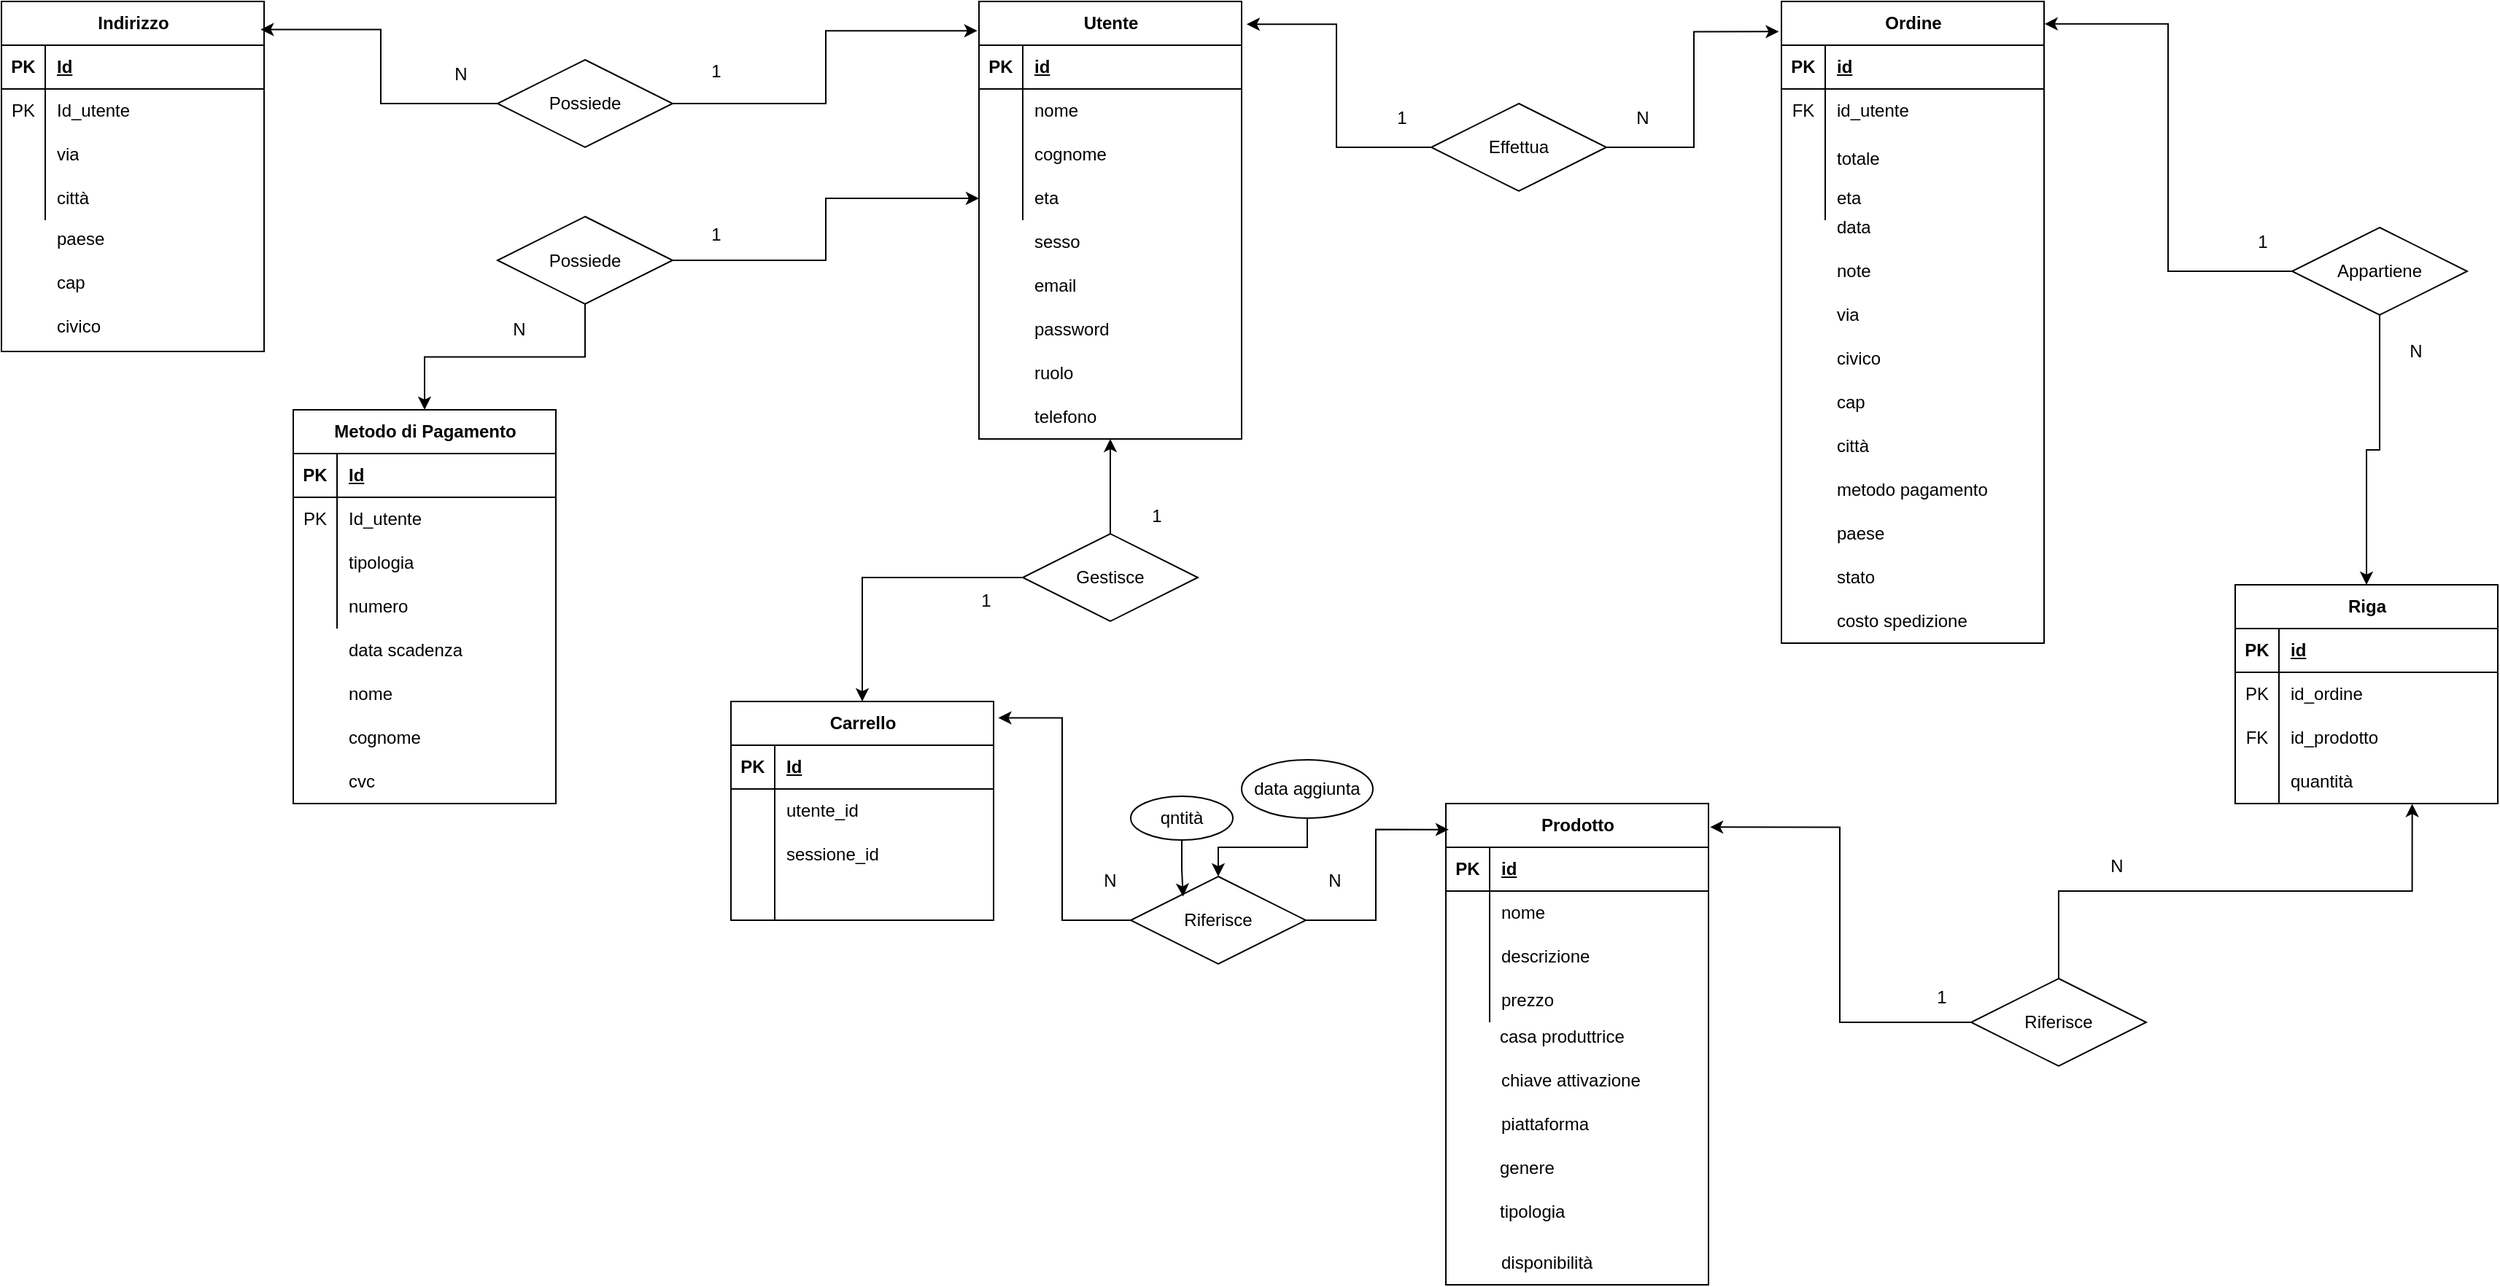
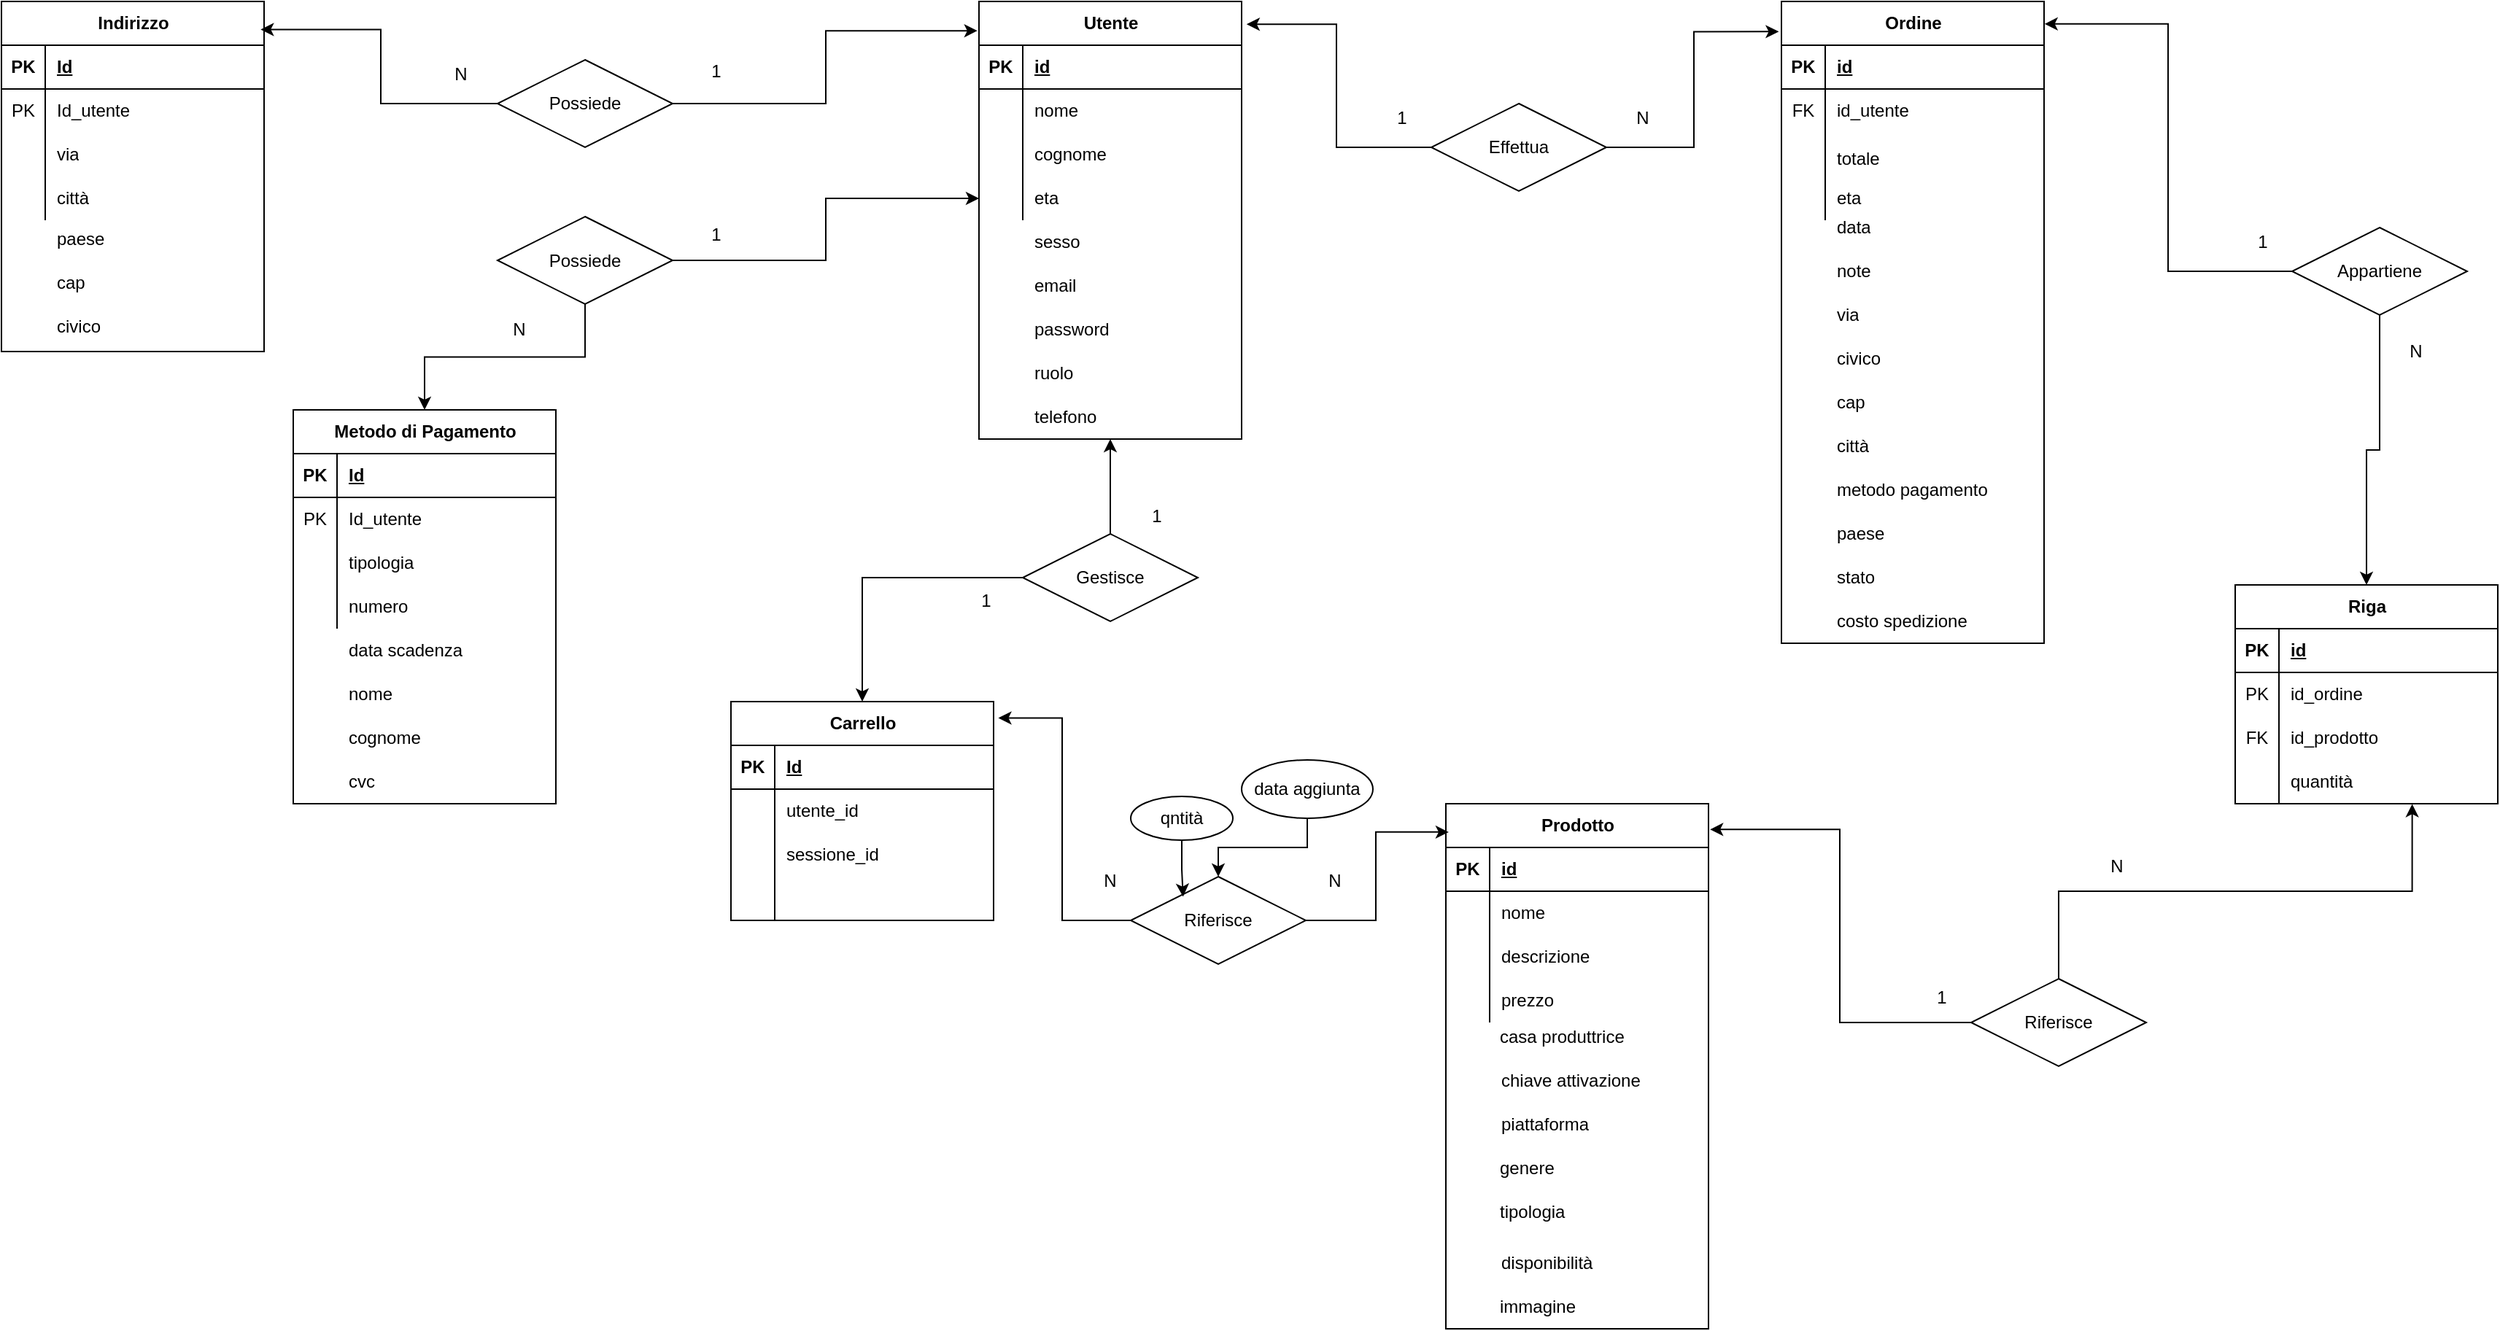
<mxfile host="app.diagrams.net" agent="Mozilla/5.0 (Windows NT 10.0; Win64; x64) AppleWebKit/537.36 (KHTML, like Gecko) Chrome/149.0.0.0 Safari/537.36 Edg/149.0.0.0">
  <diagram name="Pagina-1" id="mZ_eRShsqNwdkPJ2QcJ9">
-     <mxGraphModel dx="2685" dy="964" grid="1" gridSize="10" guides="1" tooltips="1" connect="1" arrows="1" fold="1" page="1" pageScale="1" pageWidth="827" pageHeight="1169" math="0" shadow="0">
+     <mxGraphModel dx="1613" dy="408" grid="1" gridSize="10" guides="1" tooltips="1" connect="1" arrows="1" fold="1" page="1" pageScale="1" pageWidth="827" pageHeight="1169" math="0" shadow="0">
      <root>
        <mxCell id="0" />
        <mxCell id="1" parent="0" />
        <mxCell id="gFA1h7tb4iiF4ZPPJv5n-1" parent="1" style="shape=table;startSize=30;container=1;collapsible=1;childLayout=tableLayout;fixedRows=1;rowLines=0;fontStyle=1;align=center;resizeLast=1;html=1;" value="Utente" vertex="1">
          <mxGeometry height="300" width="180" x="290" y="10" as="geometry" />
        </mxCell>
        <mxCell id="gFA1h7tb4iiF4ZPPJv5n-2" parent="gFA1h7tb4iiF4ZPPJv5n-1" style="shape=tableRow;horizontal=0;startSize=0;swimlaneHead=0;swimlaneBody=0;fillColor=none;collapsible=0;dropTarget=0;points=[[0,0.5],[1,0.5]];portConstraint=eastwest;top=0;left=0;right=0;bottom=1;" value="" vertex="1">
          <mxGeometry height="30" width="180" y="30" as="geometry" />
        </mxCell>
        <mxCell id="gFA1h7tb4iiF4ZPPJv5n-3" parent="gFA1h7tb4iiF4ZPPJv5n-2" style="shape=partialRectangle;connectable=0;fillColor=none;top=0;left=0;bottom=0;right=0;fontStyle=1;overflow=hidden;whiteSpace=wrap;html=1;" value="PK" vertex="1">
          <mxGeometry height="30" width="30" as="geometry">
            <mxRectangle height="30" width="30" as="alternateBounds" />
          </mxGeometry>
        </mxCell>
        <mxCell id="gFA1h7tb4iiF4ZPPJv5n-4" parent="gFA1h7tb4iiF4ZPPJv5n-2" style="shape=partialRectangle;connectable=0;fillColor=none;top=0;left=0;bottom=0;right=0;align=left;spacingLeft=6;fontStyle=5;overflow=hidden;whiteSpace=wrap;html=1;" value="id" vertex="1">
          <mxGeometry height="30" width="150" x="30" as="geometry">
            <mxRectangle height="30" width="150" as="alternateBounds" />
          </mxGeometry>
        </mxCell>
        <mxCell id="gFA1h7tb4iiF4ZPPJv5n-5" parent="gFA1h7tb4iiF4ZPPJv5n-1" style="shape=tableRow;horizontal=0;startSize=0;swimlaneHead=0;swimlaneBody=0;fillColor=none;collapsible=0;dropTarget=0;points=[[0,0.5],[1,0.5]];portConstraint=eastwest;top=0;left=0;right=0;bottom=0;" value="" vertex="1">
          <mxGeometry height="30" width="180" y="60" as="geometry" />
        </mxCell>
        <mxCell id="gFA1h7tb4iiF4ZPPJv5n-6" parent="gFA1h7tb4iiF4ZPPJv5n-5" style="shape=partialRectangle;connectable=0;fillColor=none;top=0;left=0;bottom=0;right=0;editable=1;overflow=hidden;whiteSpace=wrap;html=1;" value="" vertex="1">
          <mxGeometry height="30" width="30" as="geometry">
            <mxRectangle height="30" width="30" as="alternateBounds" />
          </mxGeometry>
        </mxCell>
        <mxCell id="gFA1h7tb4iiF4ZPPJv5n-7" parent="gFA1h7tb4iiF4ZPPJv5n-5" style="shape=partialRectangle;connectable=0;fillColor=none;top=0;left=0;bottom=0;right=0;align=left;spacingLeft=6;overflow=hidden;whiteSpace=wrap;html=1;" value="nome" vertex="1">
          <mxGeometry height="30" width="150" x="30" as="geometry">
            <mxRectangle height="30" width="150" as="alternateBounds" />
          </mxGeometry>
        </mxCell>
        <mxCell id="gFA1h7tb4iiF4ZPPJv5n-8" parent="gFA1h7tb4iiF4ZPPJv5n-1" style="shape=tableRow;horizontal=0;startSize=0;swimlaneHead=0;swimlaneBody=0;fillColor=none;collapsible=0;dropTarget=0;points=[[0,0.5],[1,0.5]];portConstraint=eastwest;top=0;left=0;right=0;bottom=0;" value="" vertex="1">
          <mxGeometry height="30" width="180" y="90" as="geometry" />
        </mxCell>
        <mxCell id="gFA1h7tb4iiF4ZPPJv5n-9" parent="gFA1h7tb4iiF4ZPPJv5n-8" style="shape=partialRectangle;connectable=0;fillColor=none;top=0;left=0;bottom=0;right=0;editable=1;overflow=hidden;whiteSpace=wrap;html=1;" value="" vertex="1">
          <mxGeometry height="30" width="30" as="geometry">
            <mxRectangle height="30" width="30" as="alternateBounds" />
          </mxGeometry>
        </mxCell>
        <mxCell id="gFA1h7tb4iiF4ZPPJv5n-10" parent="gFA1h7tb4iiF4ZPPJv5n-8" style="shape=partialRectangle;connectable=0;fillColor=none;top=0;left=0;bottom=0;right=0;align=left;spacingLeft=6;overflow=hidden;whiteSpace=wrap;html=1;" value="cognome" vertex="1">
          <mxGeometry height="30" width="150" x="30" as="geometry">
            <mxRectangle height="30" width="150" as="alternateBounds" />
          </mxGeometry>
        </mxCell>
        <mxCell id="gFA1h7tb4iiF4ZPPJv5n-11" parent="gFA1h7tb4iiF4ZPPJv5n-1" style="shape=tableRow;horizontal=0;startSize=0;swimlaneHead=0;swimlaneBody=0;fillColor=none;collapsible=0;dropTarget=0;points=[[0,0.5],[1,0.5]];portConstraint=eastwest;top=0;left=0;right=0;bottom=0;" value="" vertex="1">
          <mxGeometry height="30" width="180" y="120" as="geometry" />
        </mxCell>
        <mxCell id="gFA1h7tb4iiF4ZPPJv5n-12" parent="gFA1h7tb4iiF4ZPPJv5n-11" style="shape=partialRectangle;connectable=0;fillColor=none;top=0;left=0;bottom=0;right=0;editable=1;overflow=hidden;whiteSpace=wrap;html=1;" value="" vertex="1">
          <mxGeometry height="30" width="30" as="geometry">
            <mxRectangle height="30" width="30" as="alternateBounds" />
          </mxGeometry>
        </mxCell>
        <mxCell id="gFA1h7tb4iiF4ZPPJv5n-13" parent="gFA1h7tb4iiF4ZPPJv5n-11" style="shape=partialRectangle;connectable=0;fillColor=none;top=0;left=0;bottom=0;right=0;align=left;spacingLeft=6;overflow=hidden;whiteSpace=wrap;html=1;" value="eta" vertex="1">
          <mxGeometry height="30" width="150" x="30" as="geometry">
            <mxRectangle height="30" width="150" as="alternateBounds" />
          </mxGeometry>
        </mxCell>
        <mxCell id="gFA1h7tb4iiF4ZPPJv5n-14" parent="1" style="shape=partialRectangle;connectable=0;fillColor=none;top=0;left=0;bottom=0;right=0;align=left;spacingLeft=6;overflow=hidden;whiteSpace=wrap;html=1;" value="sesso" vertex="1">
          <mxGeometry height="30" width="150" x="320" y="160" as="geometry">
            <mxRectangle height="30" width="150" as="alternateBounds" />
          </mxGeometry>
        </mxCell>
        <mxCell id="gFA1h7tb4iiF4ZPPJv5n-15" parent="1" style="shape=partialRectangle;connectable=0;fillColor=none;top=0;left=0;bottom=0;right=0;align=left;spacingLeft=6;overflow=hidden;whiteSpace=wrap;html=1;" value="email" vertex="1">
          <mxGeometry height="30" width="150" x="320" y="190" as="geometry">
            <mxRectangle height="30" width="150" as="alternateBounds" />
          </mxGeometry>
        </mxCell>
        <mxCell id="gFA1h7tb4iiF4ZPPJv5n-16" parent="1" style="shape=partialRectangle;connectable=0;fillColor=none;top=0;left=0;bottom=0;right=0;align=left;spacingLeft=6;overflow=hidden;whiteSpace=wrap;html=1;" value="password" vertex="1">
          <mxGeometry height="30" width="150" x="320" y="220" as="geometry">
            <mxRectangle height="30" width="150" as="alternateBounds" />
          </mxGeometry>
        </mxCell>
        <mxCell id="gFA1h7tb4iiF4ZPPJv5n-18" parent="1" style="shape=partialRectangle;connectable=0;fillColor=none;top=0;left=0;bottom=0;right=0;align=left;spacingLeft=6;overflow=hidden;whiteSpace=wrap;html=1;" value="ruolo" vertex="1">
          <mxGeometry height="30" width="150" x="320" y="250" as="geometry">
            <mxRectangle height="30" width="150" as="alternateBounds" />
          </mxGeometry>
        </mxCell>
        <mxCell id="gFA1h7tb4iiF4ZPPJv5n-19" parent="1" style="shape=table;startSize=30;container=1;collapsible=1;childLayout=tableLayout;fixedRows=1;rowLines=0;fontStyle=1;align=center;resizeLast=1;html=1;" value="Prodotto" vertex="1">
-           <mxGeometry height="330" width="180" x="610" y="560" as="geometry" />
+           <mxGeometry height="360" width="180" x="610" y="560" as="geometry" />
        </mxCell>
        <mxCell id="gFA1h7tb4iiF4ZPPJv5n-20" parent="gFA1h7tb4iiF4ZPPJv5n-19" style="shape=tableRow;horizontal=0;startSize=0;swimlaneHead=0;swimlaneBody=0;fillColor=none;collapsible=0;dropTarget=0;points=[[0,0.5],[1,0.5]];portConstraint=eastwest;top=0;left=0;right=0;bottom=1;" value="" vertex="1">
          <mxGeometry height="30" width="180" y="30" as="geometry" />
        </mxCell>
        <mxCell id="gFA1h7tb4iiF4ZPPJv5n-21" parent="gFA1h7tb4iiF4ZPPJv5n-20" style="shape=partialRectangle;connectable=0;fillColor=none;top=0;left=0;bottom=0;right=0;fontStyle=1;overflow=hidden;whiteSpace=wrap;html=1;" value="PK" vertex="1">
          <mxGeometry height="30" width="30" as="geometry">
            <mxRectangle height="30" width="30" as="alternateBounds" />
          </mxGeometry>
        </mxCell>
        <mxCell id="gFA1h7tb4iiF4ZPPJv5n-22" parent="gFA1h7tb4iiF4ZPPJv5n-20" style="shape=partialRectangle;connectable=0;fillColor=none;top=0;left=0;bottom=0;right=0;align=left;spacingLeft=6;fontStyle=5;overflow=hidden;whiteSpace=wrap;html=1;" value="id" vertex="1">
          <mxGeometry height="30" width="150" x="30" as="geometry">
            <mxRectangle height="30" width="150" as="alternateBounds" />
          </mxGeometry>
        </mxCell>
        <mxCell id="gFA1h7tb4iiF4ZPPJv5n-23" parent="gFA1h7tb4iiF4ZPPJv5n-19" style="shape=tableRow;horizontal=0;startSize=0;swimlaneHead=0;swimlaneBody=0;fillColor=none;collapsible=0;dropTarget=0;points=[[0,0.5],[1,0.5]];portConstraint=eastwest;top=0;left=0;right=0;bottom=0;" value="" vertex="1">
          <mxGeometry height="30" width="180" y="60" as="geometry" />
        </mxCell>
        <mxCell id="gFA1h7tb4iiF4ZPPJv5n-24" parent="gFA1h7tb4iiF4ZPPJv5n-23" style="shape=partialRectangle;connectable=0;fillColor=none;top=0;left=0;bottom=0;right=0;editable=1;overflow=hidden;whiteSpace=wrap;html=1;" value="" vertex="1">
          <mxGeometry height="30" width="30" as="geometry">
            <mxRectangle height="30" width="30" as="alternateBounds" />
          </mxGeometry>
        </mxCell>
        <mxCell id="gFA1h7tb4iiF4ZPPJv5n-25" parent="gFA1h7tb4iiF4ZPPJv5n-23" style="shape=partialRectangle;connectable=0;fillColor=none;top=0;left=0;bottom=0;right=0;align=left;spacingLeft=6;overflow=hidden;whiteSpace=wrap;html=1;" value="nome" vertex="1">
          <mxGeometry height="30" width="150" x="30" as="geometry">
            <mxRectangle height="30" width="150" as="alternateBounds" />
          </mxGeometry>
        </mxCell>
        <mxCell id="gFA1h7tb4iiF4ZPPJv5n-26" parent="gFA1h7tb4iiF4ZPPJv5n-19" style="shape=tableRow;horizontal=0;startSize=0;swimlaneHead=0;swimlaneBody=0;fillColor=none;collapsible=0;dropTarget=0;points=[[0,0.5],[1,0.5]];portConstraint=eastwest;top=0;left=0;right=0;bottom=0;" value="" vertex="1">
          <mxGeometry height="30" width="180" y="90" as="geometry" />
        </mxCell>
        <mxCell id="gFA1h7tb4iiF4ZPPJv5n-27" parent="gFA1h7tb4iiF4ZPPJv5n-26" style="shape=partialRectangle;connectable=0;fillColor=none;top=0;left=0;bottom=0;right=0;editable=1;overflow=hidden;whiteSpace=wrap;html=1;" value="" vertex="1">
          <mxGeometry height="30" width="30" as="geometry">
            <mxRectangle height="30" width="30" as="alternateBounds" />
          </mxGeometry>
        </mxCell>
        <mxCell id="gFA1h7tb4iiF4ZPPJv5n-28" parent="gFA1h7tb4iiF4ZPPJv5n-26" style="shape=partialRectangle;connectable=0;fillColor=none;top=0;left=0;bottom=0;right=0;align=left;spacingLeft=6;overflow=hidden;whiteSpace=wrap;html=1;" value="descrizione" vertex="1">
          <mxGeometry height="30" width="150" x="30" as="geometry">
            <mxRectangle height="30" width="150" as="alternateBounds" />
          </mxGeometry>
        </mxCell>
        <mxCell id="gFA1h7tb4iiF4ZPPJv5n-29" parent="gFA1h7tb4iiF4ZPPJv5n-19" style="shape=tableRow;horizontal=0;startSize=0;swimlaneHead=0;swimlaneBody=0;fillColor=none;collapsible=0;dropTarget=0;points=[[0,0.5],[1,0.5]];portConstraint=eastwest;top=0;left=0;right=0;bottom=0;" value="" vertex="1">
          <mxGeometry height="30" width="180" y="120" as="geometry" />
        </mxCell>
        <mxCell id="gFA1h7tb4iiF4ZPPJv5n-30" parent="gFA1h7tb4iiF4ZPPJv5n-29" style="shape=partialRectangle;connectable=0;fillColor=none;top=0;left=0;bottom=0;right=0;editable=1;overflow=hidden;whiteSpace=wrap;html=1;" value="" vertex="1">
          <mxGeometry height="30" width="30" as="geometry">
            <mxRectangle height="30" width="30" as="alternateBounds" />
          </mxGeometry>
        </mxCell>
        <mxCell id="gFA1h7tb4iiF4ZPPJv5n-31" parent="gFA1h7tb4iiF4ZPPJv5n-29" style="shape=partialRectangle;connectable=0;fillColor=none;top=0;left=0;bottom=0;right=0;align=left;spacingLeft=6;overflow=hidden;whiteSpace=wrap;html=1;" value="prezzo" vertex="1">
          <mxGeometry height="30" width="150" x="30" as="geometry">
            <mxRectangle height="30" width="150" as="alternateBounds" />
          </mxGeometry>
        </mxCell>
        <mxCell id="gFA1h7tb4iiF4ZPPJv5n-32" parent="1" style="shape=partialRectangle;connectable=0;fillColor=none;top=0;left=0;bottom=0;right=0;align=left;spacingLeft=6;overflow=hidden;whiteSpace=wrap;html=1;" value="casa produttrice" vertex="1">
          <mxGeometry height="30" width="150" x="639" y="705" as="geometry">
            <mxRectangle height="30" width="150" as="alternateBounds" />
          </mxGeometry>
        </mxCell>
        <mxCell id="gFA1h7tb4iiF4ZPPJv5n-34" parent="1" style="shape=partialRectangle;connectable=0;fillColor=none;top=0;left=0;bottom=0;right=0;align=left;spacingLeft=6;overflow=hidden;whiteSpace=wrap;html=1;" value="chiave attivazione" vertex="1">
          <mxGeometry height="30" width="150" x="640" y="735" as="geometry">
            <mxRectangle height="30" width="150" as="alternateBounds" />
          </mxGeometry>
        </mxCell>
        <mxCell id="gFA1h7tb4iiF4ZPPJv5n-35" parent="1" style="shape=partialRectangle;connectable=0;fillColor=none;top=0;left=0;bottom=0;right=0;align=left;spacingLeft=6;overflow=hidden;whiteSpace=wrap;html=1;" value="piattaforma" vertex="1">
          <mxGeometry height="30" width="150" x="640" y="765" as="geometry">
            <mxRectangle height="30" width="150" as="alternateBounds" />
          </mxGeometry>
        </mxCell>
        <mxCell id="gFA1h7tb4iiF4ZPPJv5n-36" parent="1" style="shape=partialRectangle;connectable=0;fillColor=none;top=0;left=0;bottom=0;right=0;align=left;spacingLeft=6;overflow=hidden;whiteSpace=wrap;html=1;" value="genere" vertex="1">
          <mxGeometry height="30" width="150" x="639" y="795" as="geometry">
            <mxRectangle height="30" width="150" as="alternateBounds" />
          </mxGeometry>
        </mxCell>
        <mxCell id="gFA1h7tb4iiF4ZPPJv5n-37" parent="1" style="shape=partialRectangle;connectable=0;fillColor=none;top=0;left=0;bottom=0;right=0;align=left;spacingLeft=6;overflow=hidden;whiteSpace=wrap;html=1;" value="tipologia" vertex="1">
          <mxGeometry height="30" width="150" x="639" y="825" as="geometry">
            <mxRectangle height="30" width="150" as="alternateBounds" />
          </mxGeometry>
        </mxCell>
        <mxCell id="gFA1h7tb4iiF4ZPPJv5n-38" parent="1" style="shape=table;startSize=30;container=1;collapsible=1;childLayout=tableLayout;fixedRows=1;rowLines=0;fontStyle=1;align=center;resizeLast=1;html=1;" value="Ordine" vertex="1">
          <mxGeometry height="440" width="180" x="840" y="10" as="geometry" />
        </mxCell>
        <mxCell id="gFA1h7tb4iiF4ZPPJv5n-39" parent="gFA1h7tb4iiF4ZPPJv5n-38" style="shape=tableRow;horizontal=0;startSize=0;swimlaneHead=0;swimlaneBody=0;fillColor=none;collapsible=0;dropTarget=0;points=[[0,0.5],[1,0.5]];portConstraint=eastwest;top=0;left=0;right=0;bottom=1;" value="" vertex="1">
          <mxGeometry height="30" width="180" y="30" as="geometry" />
        </mxCell>
        <mxCell id="gFA1h7tb4iiF4ZPPJv5n-40" parent="gFA1h7tb4iiF4ZPPJv5n-39" style="shape=partialRectangle;connectable=0;fillColor=none;top=0;left=0;bottom=0;right=0;fontStyle=1;overflow=hidden;whiteSpace=wrap;html=1;" value="PK" vertex="1">
          <mxGeometry height="30" width="30" as="geometry">
            <mxRectangle height="30" width="30" as="alternateBounds" />
          </mxGeometry>
        </mxCell>
        <mxCell id="gFA1h7tb4iiF4ZPPJv5n-41" parent="gFA1h7tb4iiF4ZPPJv5n-39" style="shape=partialRectangle;connectable=0;fillColor=none;top=0;left=0;bottom=0;right=0;align=left;spacingLeft=6;fontStyle=5;overflow=hidden;whiteSpace=wrap;html=1;" value="id" vertex="1">
          <mxGeometry height="30" width="150" x="30" as="geometry">
            <mxRectangle height="30" width="150" as="alternateBounds" />
          </mxGeometry>
        </mxCell>
        <mxCell id="gFA1h7tb4iiF4ZPPJv5n-42" parent="gFA1h7tb4iiF4ZPPJv5n-38" style="shape=tableRow;horizontal=0;startSize=0;swimlaneHead=0;swimlaneBody=0;fillColor=none;collapsible=0;dropTarget=0;points=[[0,0.5],[1,0.5]];portConstraint=eastwest;top=0;left=0;right=0;bottom=0;" value="" vertex="1">
          <mxGeometry height="30" width="180" y="60" as="geometry" />
        </mxCell>
        <mxCell id="gFA1h7tb4iiF4ZPPJv5n-43" parent="gFA1h7tb4iiF4ZPPJv5n-42" style="shape=partialRectangle;connectable=0;fillColor=none;top=0;left=0;bottom=0;right=0;editable=1;overflow=hidden;whiteSpace=wrap;html=1;" value="FK" vertex="1">
          <mxGeometry height="30" width="30" as="geometry">
            <mxRectangle height="30" width="30" as="alternateBounds" />
          </mxGeometry>
        </mxCell>
        <mxCell id="gFA1h7tb4iiF4ZPPJv5n-44" parent="gFA1h7tb4iiF4ZPPJv5n-42" style="shape=partialRectangle;connectable=0;fillColor=none;top=0;left=0;bottom=0;right=0;align=left;spacingLeft=6;overflow=hidden;whiteSpace=wrap;html=1;" value="id_utente" vertex="1">
          <mxGeometry height="30" width="150" x="30" as="geometry">
            <mxRectangle height="30" width="150" as="alternateBounds" />
          </mxGeometry>
        </mxCell>
        <mxCell id="gFA1h7tb4iiF4ZPPJv5n-45" parent="gFA1h7tb4iiF4ZPPJv5n-38" style="shape=tableRow;horizontal=0;startSize=0;swimlaneHead=0;swimlaneBody=0;fillColor=none;collapsible=0;dropTarget=0;points=[[0,0.5],[1,0.5]];portConstraint=eastwest;top=0;left=0;right=0;bottom=0;" value="" vertex="1">
          <mxGeometry height="30" width="180" y="90" as="geometry" />
        </mxCell>
        <mxCell id="gFA1h7tb4iiF4ZPPJv5n-46" parent="gFA1h7tb4iiF4ZPPJv5n-45" style="shape=partialRectangle;connectable=0;fillColor=none;top=0;left=0;bottom=0;right=0;editable=1;overflow=hidden;whiteSpace=wrap;html=1;" value="" vertex="1">
          <mxGeometry height="30" width="30" as="geometry">
            <mxRectangle height="30" width="30" as="alternateBounds" />
          </mxGeometry>
        </mxCell>
        <mxCell id="gFA1h7tb4iiF4ZPPJv5n-47" parent="gFA1h7tb4iiF4ZPPJv5n-45" style="shape=partialRectangle;connectable=0;fillColor=none;top=0;left=0;bottom=0;right=0;align=left;spacingLeft=6;overflow=hidden;whiteSpace=wrap;html=1;" value="" vertex="1">
          <mxGeometry height="30" width="150" x="30" as="geometry">
            <mxRectangle height="30" width="150" as="alternateBounds" />
          </mxGeometry>
        </mxCell>
        <mxCell id="gFA1h7tb4iiF4ZPPJv5n-48" parent="gFA1h7tb4iiF4ZPPJv5n-38" style="shape=tableRow;horizontal=0;startSize=0;swimlaneHead=0;swimlaneBody=0;fillColor=none;collapsible=0;dropTarget=0;points=[[0,0.5],[1,0.5]];portConstraint=eastwest;top=0;left=0;right=0;bottom=0;" value="" vertex="1">
          <mxGeometry height="30" width="180" y="120" as="geometry" />
        </mxCell>
        <mxCell id="gFA1h7tb4iiF4ZPPJv5n-49" parent="gFA1h7tb4iiF4ZPPJv5n-48" style="shape=partialRectangle;connectable=0;fillColor=none;top=0;left=0;bottom=0;right=0;editable=1;overflow=hidden;whiteSpace=wrap;html=1;" value="" vertex="1">
          <mxGeometry height="30" width="30" as="geometry">
            <mxRectangle height="30" width="30" as="alternateBounds" />
          </mxGeometry>
        </mxCell>
        <mxCell id="gFA1h7tb4iiF4ZPPJv5n-50" parent="gFA1h7tb4iiF4ZPPJv5n-48" style="shape=partialRectangle;connectable=0;fillColor=none;top=0;left=0;bottom=0;right=0;align=left;spacingLeft=6;overflow=hidden;whiteSpace=wrap;html=1;" value="eta" vertex="1">
          <mxGeometry height="30" width="150" x="30" as="geometry">
            <mxRectangle height="30" width="150" as="alternateBounds" />
          </mxGeometry>
        </mxCell>
        <mxCell id="gFA1h7tb4iiF4ZPPJv5n-51" parent="1" style="shape=partialRectangle;connectable=0;fillColor=none;top=0;left=0;bottom=0;right=0;align=left;spacingLeft=6;overflow=hidden;whiteSpace=wrap;html=1;" value="disponibilità" vertex="1">
          <mxGeometry height="30" width="150" x="640" y="860" as="geometry">
            <mxRectangle height="30" width="150" as="alternateBounds" />
          </mxGeometry>
        </mxCell>
        <mxCell id="gFA1h7tb4iiF4ZPPJv5n-52" parent="1" style="shape=rhombus;perimeter=rhombusPerimeter;whiteSpace=wrap;html=1;align=center;" value="Effettua" vertex="1">
          <mxGeometry height="60" width="120" x="600" y="80" as="geometry" />
        </mxCell>
        <mxCell id="gFA1h7tb4iiF4ZPPJv5n-54" edge="1" parent="1" source="gFA1h7tb4iiF4ZPPJv5n-52" style="edgeStyle=orthogonalEdgeStyle;rounded=0;orthogonalLoop=1;jettySize=auto;html=1;entryX=1.019;entryY=0.052;entryDx=0;entryDy=0;entryPerimeter=0;" target="gFA1h7tb4iiF4ZPPJv5n-1">
          <mxGeometry relative="1" as="geometry" />
        </mxCell>
        <mxCell id="gFA1h7tb4iiF4ZPPJv5n-56" parent="1" style="text;html=1;whiteSpace=wrap;strokeColor=none;fillColor=none;align=center;verticalAlign=middle;rounded=0;" value="N" vertex="1">
          <mxGeometry height="20" width="30" x="730" y="80" as="geometry" />
        </mxCell>
        <mxCell id="gFA1h7tb4iiF4ZPPJv5n-57" parent="1" style="text;html=1;whiteSpace=wrap;strokeColor=none;fillColor=none;align=center;verticalAlign=middle;rounded=0;" value="1" vertex="1">
          <mxGeometry height="25" width="40" x="560" y="77.5" as="geometry" />
        </mxCell>
        <mxCell id="gFA1h7tb4iiF4ZPPJv5n-58" parent="1" style="shape=tableRow;horizontal=0;startSize=0;swimlaneHead=0;swimlaneBody=0;fillColor=none;collapsible=0;dropTarget=0;points=[[0,0.5],[1,0.5]];portConstraint=eastwest;top=0;left=0;right=0;bottom=0;" value="" vertex="1">
          <mxGeometry height="30" width="180" x="840" y="160" as="geometry" />
        </mxCell>
        <mxCell id="gFA1h7tb4iiF4ZPPJv5n-59" parent="gFA1h7tb4iiF4ZPPJv5n-58" style="shape=partialRectangle;connectable=0;fillColor=none;top=0;left=0;bottom=0;right=0;editable=1;overflow=hidden;whiteSpace=wrap;html=1;" value="" vertex="1">
          <mxGeometry height="30" width="30" as="geometry">
            <mxRectangle height="30" width="30" as="alternateBounds" />
          </mxGeometry>
        </mxCell>
        <mxCell id="gFA1h7tb4iiF4ZPPJv5n-60" parent="1" style="shape=partialRectangle;connectable=0;fillColor=none;top=0;left=0;bottom=0;right=0;align=left;spacingLeft=6;overflow=hidden;whiteSpace=wrap;html=1;" value="data" vertex="1">
          <mxGeometry height="30" width="150" x="870" y="150" as="geometry">
            <mxRectangle height="30" width="150" as="alternateBounds" />
          </mxGeometry>
        </mxCell>
        <mxCell id="gFA1h7tb4iiF4ZPPJv5n-62" parent="1" style="shape=partialRectangle;connectable=0;fillColor=none;top=0;left=0;bottom=0;right=0;align=left;spacingLeft=6;overflow=hidden;whiteSpace=wrap;html=1;" value="note" vertex="1">
          <mxGeometry height="30" width="150" x="870" y="180" as="geometry">
            <mxRectangle height="30" width="150" as="alternateBounds" />
          </mxGeometry>
        </mxCell>
        <mxCell id="gFA1h7tb4iiF4ZPPJv5n-63" parent="1" style="shape=partialRectangle;connectable=0;fillColor=none;top=0;left=0;bottom=0;right=0;align=left;spacingLeft=6;overflow=hidden;whiteSpace=wrap;html=1;" value="via" vertex="1">
          <mxGeometry height="30" width="150" x="870" y="210" as="geometry">
            <mxRectangle height="30" width="150" as="alternateBounds" />
          </mxGeometry>
        </mxCell>
        <mxCell id="gFA1h7tb4iiF4ZPPJv5n-64" parent="1" style="shape=partialRectangle;connectable=0;fillColor=none;top=0;left=0;bottom=0;right=0;align=left;spacingLeft=6;overflow=hidden;whiteSpace=wrap;html=1;" value="civico" vertex="1">
          <mxGeometry height="30" width="150" x="870" y="240" as="geometry">
            <mxRectangle height="30" width="150" as="alternateBounds" />
          </mxGeometry>
        </mxCell>
        <mxCell id="gFA1h7tb4iiF4ZPPJv5n-65" parent="1" style="shape=partialRectangle;connectable=0;fillColor=none;top=0;left=0;bottom=0;right=0;align=left;spacingLeft=6;overflow=hidden;whiteSpace=wrap;html=1;" value="cap" vertex="1">
          <mxGeometry height="30" width="150" x="870" y="270" as="geometry">
            <mxRectangle height="30" width="150" as="alternateBounds" />
          </mxGeometry>
        </mxCell>
        <mxCell id="gFA1h7tb4iiF4ZPPJv5n-66" parent="1" style="shape=partialRectangle;connectable=0;fillColor=none;top=0;left=0;bottom=0;right=0;align=left;spacingLeft=6;overflow=hidden;whiteSpace=wrap;html=1;" value="città" vertex="1">
          <mxGeometry height="30" width="150" x="870" y="300" as="geometry">
            <mxRectangle height="30" width="150" as="alternateBounds" />
          </mxGeometry>
        </mxCell>
        <mxCell id="gFA1h7tb4iiF4ZPPJv5n-68" parent="1" style="shape=partialRectangle;connectable=0;fillColor=none;top=0;left=0;bottom=0;right=0;align=left;spacingLeft=6;overflow=hidden;whiteSpace=wrap;html=1;" value="metodo pagamento" vertex="1">
          <mxGeometry height="30" width="150" x="870" y="330" as="geometry">
            <mxRectangle height="30" width="150" as="alternateBounds" />
          </mxGeometry>
        </mxCell>
        <mxCell id="gFA1h7tb4iiF4ZPPJv5n-69" parent="1" style="shape=partialRectangle;connectable=0;fillColor=none;top=0;left=0;bottom=0;right=0;align=left;spacingLeft=6;overflow=hidden;whiteSpace=wrap;html=1;" value="paese" vertex="1">
          <mxGeometry height="30" width="150" x="870" y="360" as="geometry">
            <mxRectangle height="30" width="150" as="alternateBounds" />
          </mxGeometry>
        </mxCell>
        <mxCell id="gFA1h7tb4iiF4ZPPJv5n-70" parent="1" style="shape=partialRectangle;connectable=0;fillColor=none;top=0;left=0;bottom=0;right=0;align=left;spacingLeft=6;overflow=hidden;whiteSpace=wrap;html=1;" value="stato" vertex="1">
          <mxGeometry height="30" width="150" x="870" y="390" as="geometry">
            <mxRectangle height="30" width="150" as="alternateBounds" />
          </mxGeometry>
        </mxCell>
        <mxCell id="gFA1h7tb4iiF4ZPPJv5n-71" parent="1" style="shape=partialRectangle;connectable=0;fillColor=none;top=0;left=0;bottom=0;right=0;align=left;spacingLeft=6;overflow=hidden;whiteSpace=wrap;html=1;" value="costo spedizione" vertex="1">
          <mxGeometry height="30" width="150" x="870" y="420" as="geometry">
            <mxRectangle height="30" width="150" as="alternateBounds" />
          </mxGeometry>
        </mxCell>
        <mxCell id="gFA1h7tb4iiF4ZPPJv5n-72" parent="1" style="shape=partialRectangle;connectable=0;fillColor=none;top=0;left=0;bottom=0;right=0;align=left;spacingLeft=6;overflow=hidden;whiteSpace=wrap;html=1;" value="totale" vertex="1">
          <mxGeometry height="30" width="150" x="870" y="102.5" as="geometry">
            <mxRectangle height="30" width="150" as="alternateBounds" />
          </mxGeometry>
        </mxCell>
        <mxCell id="m9uD4O2KYDxRF9EGqdqM-19" edge="1" parent="1" source="m9uD4O2KYDxRF9EGqdqM-1" style="edgeStyle=orthogonalEdgeStyle;rounded=0;orthogonalLoop=1;jettySize=auto;html=1;entryX=0.5;entryY=0;entryDx=0;entryDy=0;" target="m9uD4O2KYDxRF9EGqdqM-5">
          <mxGeometry relative="1" as="geometry" />
        </mxCell>
        <mxCell id="m9uD4O2KYDxRF9EGqdqM-1" parent="1" style="shape=rhombus;perimeter=rhombusPerimeter;whiteSpace=wrap;html=1;align=center;" value="Appartiene" vertex="1">
          <mxGeometry height="60" width="120" x="1190" y="165" as="geometry" />
        </mxCell>
        <mxCell id="m9uD4O2KYDxRF9EGqdqM-3" edge="1" parent="1" source="gFA1h7tb4iiF4ZPPJv5n-52" style="edgeStyle=orthogonalEdgeStyle;rounded=0;orthogonalLoop=1;jettySize=auto;html=1;entryX=-0.01;entryY=0.047;entryDx=0;entryDy=0;entryPerimeter=0;" target="gFA1h7tb4iiF4ZPPJv5n-38">
          <mxGeometry relative="1" as="geometry" />
        </mxCell>
        <mxCell id="m9uD4O2KYDxRF9EGqdqM-4" edge="1" parent="1" source="m9uD4O2KYDxRF9EGqdqM-1" style="edgeStyle=orthogonalEdgeStyle;rounded=0;orthogonalLoop=1;jettySize=auto;html=1;entryX=1.002;entryY=0.035;entryDx=0;entryDy=0;entryPerimeter=0;" target="gFA1h7tb4iiF4ZPPJv5n-38">
          <mxGeometry relative="1" as="geometry" />
        </mxCell>
        <mxCell id="m9uD4O2KYDxRF9EGqdqM-5" parent="1" style="shape=table;startSize=30;container=1;collapsible=1;childLayout=tableLayout;fixedRows=1;rowLines=0;fontStyle=1;align=center;resizeLast=1;html=1;" value="Riga" vertex="1">
          <mxGeometry height="150" width="180" x="1151" y="410" as="geometry" />
        </mxCell>
        <mxCell id="m9uD4O2KYDxRF9EGqdqM-6" parent="m9uD4O2KYDxRF9EGqdqM-5" style="shape=tableRow;horizontal=0;startSize=0;swimlaneHead=0;swimlaneBody=0;fillColor=none;collapsible=0;dropTarget=0;points=[[0,0.5],[1,0.5]];portConstraint=eastwest;top=0;left=0;right=0;bottom=1;" value="" vertex="1">
          <mxGeometry height="30" width="180" y="30" as="geometry" />
        </mxCell>
        <mxCell id="m9uD4O2KYDxRF9EGqdqM-7" parent="m9uD4O2KYDxRF9EGqdqM-6" style="shape=partialRectangle;connectable=0;fillColor=none;top=0;left=0;bottom=0;right=0;fontStyle=1;overflow=hidden;whiteSpace=wrap;html=1;" value="PK" vertex="1">
          <mxGeometry height="30" width="30" as="geometry">
            <mxRectangle height="30" width="30" as="alternateBounds" />
          </mxGeometry>
        </mxCell>
        <mxCell id="m9uD4O2KYDxRF9EGqdqM-8" parent="m9uD4O2KYDxRF9EGqdqM-6" style="shape=partialRectangle;connectable=0;fillColor=none;top=0;left=0;bottom=0;right=0;align=left;spacingLeft=6;fontStyle=5;overflow=hidden;whiteSpace=wrap;html=1;" value="id" vertex="1">
          <mxGeometry height="30" width="150" x="30" as="geometry">
            <mxRectangle height="30" width="150" as="alternateBounds" />
          </mxGeometry>
        </mxCell>
        <mxCell id="m9uD4O2KYDxRF9EGqdqM-9" parent="m9uD4O2KYDxRF9EGqdqM-5" style="shape=tableRow;horizontal=0;startSize=0;swimlaneHead=0;swimlaneBody=0;fillColor=none;collapsible=0;dropTarget=0;points=[[0,0.5],[1,0.5]];portConstraint=eastwest;top=0;left=0;right=0;bottom=0;" value="" vertex="1">
          <mxGeometry height="30" width="180" y="60" as="geometry" />
        </mxCell>
        <mxCell id="m9uD4O2KYDxRF9EGqdqM-10" parent="m9uD4O2KYDxRF9EGqdqM-9" style="shape=partialRectangle;connectable=0;fillColor=none;top=0;left=0;bottom=0;right=0;editable=1;overflow=hidden;whiteSpace=wrap;html=1;" value="PK" vertex="1">
          <mxGeometry height="30" width="30" as="geometry">
            <mxRectangle height="30" width="30" as="alternateBounds" />
          </mxGeometry>
        </mxCell>
        <mxCell id="m9uD4O2KYDxRF9EGqdqM-11" parent="m9uD4O2KYDxRF9EGqdqM-9" style="shape=partialRectangle;connectable=0;fillColor=none;top=0;left=0;bottom=0;right=0;align=left;spacingLeft=6;overflow=hidden;whiteSpace=wrap;html=1;" value="id_ordine" vertex="1">
          <mxGeometry height="30" width="150" x="30" as="geometry">
            <mxRectangle height="30" width="150" as="alternateBounds" />
          </mxGeometry>
        </mxCell>
        <mxCell id="m9uD4O2KYDxRF9EGqdqM-12" parent="m9uD4O2KYDxRF9EGqdqM-5" style="shape=tableRow;horizontal=0;startSize=0;swimlaneHead=0;swimlaneBody=0;fillColor=none;collapsible=0;dropTarget=0;points=[[0,0.5],[1,0.5]];portConstraint=eastwest;top=0;left=0;right=0;bottom=0;" value="" vertex="1">
          <mxGeometry height="30" width="180" y="90" as="geometry" />
        </mxCell>
        <mxCell id="m9uD4O2KYDxRF9EGqdqM-13" parent="m9uD4O2KYDxRF9EGqdqM-12" style="shape=partialRectangle;connectable=0;fillColor=none;top=0;left=0;bottom=0;right=0;editable=1;overflow=hidden;whiteSpace=wrap;html=1;" value="FK" vertex="1">
          <mxGeometry height="30" width="30" as="geometry">
            <mxRectangle height="30" width="30" as="alternateBounds" />
          </mxGeometry>
        </mxCell>
        <mxCell id="m9uD4O2KYDxRF9EGqdqM-14" parent="m9uD4O2KYDxRF9EGqdqM-12" style="shape=partialRectangle;connectable=0;fillColor=none;top=0;left=0;bottom=0;right=0;align=left;spacingLeft=6;overflow=hidden;whiteSpace=wrap;html=1;" value="id_prodotto" vertex="1">
          <mxGeometry height="30" width="150" x="30" as="geometry">
            <mxRectangle height="30" width="150" as="alternateBounds" />
          </mxGeometry>
        </mxCell>
        <mxCell id="m9uD4O2KYDxRF9EGqdqM-15" parent="m9uD4O2KYDxRF9EGqdqM-5" style="shape=tableRow;horizontal=0;startSize=0;swimlaneHead=0;swimlaneBody=0;fillColor=none;collapsible=0;dropTarget=0;points=[[0,0.5],[1,0.5]];portConstraint=eastwest;top=0;left=0;right=0;bottom=0;" value="" vertex="1">
          <mxGeometry height="30" width="180" y="120" as="geometry" />
        </mxCell>
        <mxCell id="m9uD4O2KYDxRF9EGqdqM-16" parent="m9uD4O2KYDxRF9EGqdqM-15" style="shape=partialRectangle;connectable=0;fillColor=none;top=0;left=0;bottom=0;right=0;editable=1;overflow=hidden;whiteSpace=wrap;html=1;" value="" vertex="1">
          <mxGeometry height="30" width="30" as="geometry">
            <mxRectangle height="30" width="30" as="alternateBounds" />
          </mxGeometry>
        </mxCell>
        <mxCell id="m9uD4O2KYDxRF9EGqdqM-17" parent="m9uD4O2KYDxRF9EGqdqM-15" style="shape=partialRectangle;connectable=0;fillColor=none;top=0;left=0;bottom=0;right=0;align=left;spacingLeft=6;overflow=hidden;whiteSpace=wrap;html=1;" value="quantità" vertex="1">
          <mxGeometry height="30" width="150" x="30" as="geometry">
            <mxRectangle height="30" width="150" as="alternateBounds" />
          </mxGeometry>
        </mxCell>
        <mxCell id="m9uD4O2KYDxRF9EGqdqM-20" parent="1" style="text;html=1;whiteSpace=wrap;strokeColor=none;fillColor=none;align=center;verticalAlign=middle;rounded=0;" value="N" vertex="1">
          <mxGeometry height="20" width="30" x="1260" y="240" as="geometry" />
        </mxCell>
        <mxCell id="m9uD4O2KYDxRF9EGqdqM-21" parent="1" style="text;html=1;whiteSpace=wrap;strokeColor=none;fillColor=none;align=center;verticalAlign=middle;rounded=0;" value="1" vertex="1">
          <mxGeometry height="25" width="40" x="1150" y="162.5" as="geometry" />
        </mxCell>
        <mxCell id="m9uD4O2KYDxRF9EGqdqM-22" parent="1" style="shape=rhombus;perimeter=rhombusPerimeter;whiteSpace=wrap;html=1;align=center;" value="Riferisce" vertex="1">
          <mxGeometry height="60" width="120" x="970" y="680" as="geometry" />
        </mxCell>
        <mxCell id="m9uD4O2KYDxRF9EGqdqM-23" edge="1" parent="1" source="m9uD4O2KYDxRF9EGqdqM-22" style="edgeStyle=orthogonalEdgeStyle;rounded=0;orthogonalLoop=1;jettySize=auto;html=1;entryX=0.674;entryY=1.007;entryDx=0;entryDy=0;entryPerimeter=0;" target="m9uD4O2KYDxRF9EGqdqM-15">
          <mxGeometry relative="1" as="geometry" />
        </mxCell>
        <mxCell id="m9uD4O2KYDxRF9EGqdqM-24" edge="1" parent="1" source="m9uD4O2KYDxRF9EGqdqM-22" style="edgeStyle=orthogonalEdgeStyle;rounded=0;orthogonalLoop=1;jettySize=auto;html=1;entryX=1.006;entryY=0.049;entryDx=0;entryDy=0;entryPerimeter=0;" target="gFA1h7tb4iiF4ZPPJv5n-19">
          <mxGeometry relative="1" as="geometry" />
        </mxCell>
        <mxCell id="m9uD4O2KYDxRF9EGqdqM-25" parent="1" style="text;html=1;whiteSpace=wrap;strokeColor=none;fillColor=none;align=center;verticalAlign=middle;rounded=0;" value="1" vertex="1">
          <mxGeometry height="25" width="40" x="930" y="680" as="geometry" />
        </mxCell>
        <mxCell id="m9uD4O2KYDxRF9EGqdqM-26" parent="1" style="text;html=1;whiteSpace=wrap;strokeColor=none;fillColor=none;align=center;verticalAlign=middle;rounded=0;" value="N" vertex="1">
          <mxGeometry height="25" width="40" x="1050" y="590" as="geometry" />
        </mxCell>
        <mxCell id="m9uD4O2KYDxRF9EGqdqM-27" parent="1" style="shape=rhombus;perimeter=rhombusPerimeter;whiteSpace=wrap;html=1;align=center;" value="Possiede" vertex="1">
          <mxGeometry height="60" width="120" x="-40" y="50" as="geometry" />
        </mxCell>
        <mxCell id="m9uD4O2KYDxRF9EGqdqM-29" parent="1" style="shape=table;startSize=30;container=1;collapsible=1;childLayout=tableLayout;fixedRows=1;rowLines=0;fontStyle=1;align=center;resizeLast=1;html=1;" value="Indirizzo" vertex="1">
          <mxGeometry height="240" width="180" x="-380" y="10" as="geometry" />
        </mxCell>
        <mxCell id="m9uD4O2KYDxRF9EGqdqM-30" parent="m9uD4O2KYDxRF9EGqdqM-29" style="shape=tableRow;horizontal=0;startSize=0;swimlaneHead=0;swimlaneBody=0;fillColor=none;collapsible=0;dropTarget=0;points=[[0,0.5],[1,0.5]];portConstraint=eastwest;top=0;left=0;right=0;bottom=1;" value="" vertex="1">
          <mxGeometry height="30" width="180" y="30" as="geometry" />
        </mxCell>
        <mxCell id="m9uD4O2KYDxRF9EGqdqM-31" parent="m9uD4O2KYDxRF9EGqdqM-30" style="shape=partialRectangle;connectable=0;fillColor=none;top=0;left=0;bottom=0;right=0;fontStyle=1;overflow=hidden;whiteSpace=wrap;html=1;" value="PK" vertex="1">
          <mxGeometry height="30" width="30" as="geometry">
            <mxRectangle height="30" width="30" as="alternateBounds" />
          </mxGeometry>
        </mxCell>
        <mxCell id="m9uD4O2KYDxRF9EGqdqM-32" parent="m9uD4O2KYDxRF9EGqdqM-30" style="shape=partialRectangle;connectable=0;fillColor=none;top=0;left=0;bottom=0;right=0;align=left;spacingLeft=6;fontStyle=5;overflow=hidden;whiteSpace=wrap;html=1;" value="Id" vertex="1">
          <mxGeometry height="30" width="150" x="30" as="geometry">
            <mxRectangle height="30" width="150" as="alternateBounds" />
          </mxGeometry>
        </mxCell>
        <mxCell id="m9uD4O2KYDxRF9EGqdqM-33" parent="m9uD4O2KYDxRF9EGqdqM-29" style="shape=tableRow;horizontal=0;startSize=0;swimlaneHead=0;swimlaneBody=0;fillColor=none;collapsible=0;dropTarget=0;points=[[0,0.5],[1,0.5]];portConstraint=eastwest;top=0;left=0;right=0;bottom=0;" value="" vertex="1">
          <mxGeometry height="30" width="180" y="60" as="geometry" />
        </mxCell>
        <mxCell id="m9uD4O2KYDxRF9EGqdqM-34" parent="m9uD4O2KYDxRF9EGqdqM-33" style="shape=partialRectangle;connectable=0;fillColor=none;top=0;left=0;bottom=0;right=0;editable=1;overflow=hidden;whiteSpace=wrap;html=1;" value="PK" vertex="1">
          <mxGeometry height="30" width="30" as="geometry">
            <mxRectangle height="30" width="30" as="alternateBounds" />
          </mxGeometry>
        </mxCell>
        <mxCell id="m9uD4O2KYDxRF9EGqdqM-35" parent="m9uD4O2KYDxRF9EGqdqM-33" style="shape=partialRectangle;connectable=0;fillColor=none;top=0;left=0;bottom=0;right=0;align=left;spacingLeft=6;overflow=hidden;whiteSpace=wrap;html=1;" value="Id_utente" vertex="1">
          <mxGeometry height="30" width="150" x="30" as="geometry">
            <mxRectangle height="30" width="150" as="alternateBounds" />
          </mxGeometry>
        </mxCell>
        <mxCell id="m9uD4O2KYDxRF9EGqdqM-36" parent="m9uD4O2KYDxRF9EGqdqM-29" style="shape=tableRow;horizontal=0;startSize=0;swimlaneHead=0;swimlaneBody=0;fillColor=none;collapsible=0;dropTarget=0;points=[[0,0.5],[1,0.5]];portConstraint=eastwest;top=0;left=0;right=0;bottom=0;" value="" vertex="1">
          <mxGeometry height="30" width="180" y="90" as="geometry" />
        </mxCell>
        <mxCell id="m9uD4O2KYDxRF9EGqdqM-37" parent="m9uD4O2KYDxRF9EGqdqM-36" style="shape=partialRectangle;connectable=0;fillColor=none;top=0;left=0;bottom=0;right=0;editable=1;overflow=hidden;whiteSpace=wrap;html=1;" value="" vertex="1">
          <mxGeometry height="30" width="30" as="geometry">
            <mxRectangle height="30" width="30" as="alternateBounds" />
          </mxGeometry>
        </mxCell>
        <mxCell id="m9uD4O2KYDxRF9EGqdqM-38" parent="m9uD4O2KYDxRF9EGqdqM-36" style="shape=partialRectangle;connectable=0;fillColor=none;top=0;left=0;bottom=0;right=0;align=left;spacingLeft=6;overflow=hidden;whiteSpace=wrap;html=1;" value="via" vertex="1">
          <mxGeometry height="30" width="150" x="30" as="geometry">
            <mxRectangle height="30" width="150" as="alternateBounds" />
          </mxGeometry>
        </mxCell>
        <mxCell id="m9uD4O2KYDxRF9EGqdqM-39" parent="m9uD4O2KYDxRF9EGqdqM-29" style="shape=tableRow;horizontal=0;startSize=0;swimlaneHead=0;swimlaneBody=0;fillColor=none;collapsible=0;dropTarget=0;points=[[0,0.5],[1,0.5]];portConstraint=eastwest;top=0;left=0;right=0;bottom=0;" value="" vertex="1">
          <mxGeometry height="30" width="180" y="120" as="geometry" />
        </mxCell>
        <mxCell id="m9uD4O2KYDxRF9EGqdqM-40" parent="m9uD4O2KYDxRF9EGqdqM-39" style="shape=partialRectangle;connectable=0;fillColor=none;top=0;left=0;bottom=0;right=0;editable=1;overflow=hidden;whiteSpace=wrap;html=1;" value="" vertex="1">
          <mxGeometry height="30" width="30" as="geometry">
            <mxRectangle height="30" width="30" as="alternateBounds" />
          </mxGeometry>
        </mxCell>
        <mxCell id="m9uD4O2KYDxRF9EGqdqM-41" parent="m9uD4O2KYDxRF9EGqdqM-39" style="shape=partialRectangle;connectable=0;fillColor=none;top=0;left=0;bottom=0;right=0;align=left;spacingLeft=6;overflow=hidden;whiteSpace=wrap;html=1;" value="città" vertex="1">
          <mxGeometry height="30" width="150" x="30" as="geometry">
            <mxRectangle height="30" width="150" as="alternateBounds" />
          </mxGeometry>
        </mxCell>
        <mxCell id="m9uD4O2KYDxRF9EGqdqM-42" parent="1" style="shape=partialRectangle;connectable=0;fillColor=none;top=0;left=0;bottom=0;right=0;align=left;spacingLeft=6;overflow=hidden;whiteSpace=wrap;html=1;" value="paese" vertex="1">
          <mxGeometry height="30" width="150" x="-350" y="157.5" as="geometry">
            <mxRectangle height="30" width="150" as="alternateBounds" />
          </mxGeometry>
        </mxCell>
        <mxCell id="m9uD4O2KYDxRF9EGqdqM-43" parent="1" style="shape=partialRectangle;connectable=0;fillColor=none;top=0;left=0;bottom=0;right=0;align=left;spacingLeft=6;overflow=hidden;whiteSpace=wrap;html=1;" value="cap" vertex="1">
          <mxGeometry height="30" width="150" x="-350" y="187.5" as="geometry">
            <mxRectangle height="30" width="150" as="alternateBounds" />
          </mxGeometry>
        </mxCell>
        <mxCell id="m9uD4O2KYDxRF9EGqdqM-44" parent="1" style="shape=partialRectangle;connectable=0;fillColor=none;top=0;left=0;bottom=0;right=0;align=left;spacingLeft=6;overflow=hidden;whiteSpace=wrap;html=1;" value="civico" vertex="1">
          <mxGeometry height="30" width="150" x="-350" y="217.5" as="geometry">
            <mxRectangle height="30" width="150" as="alternateBounds" />
          </mxGeometry>
        </mxCell>
        <mxCell id="m9uD4O2KYDxRF9EGqdqM-46" parent="1" style="text;html=1;whiteSpace=wrap;strokeColor=none;fillColor=none;align=center;verticalAlign=middle;rounded=0;" value="N" vertex="1">
          <mxGeometry height="20" width="30" x="-80" y="50" as="geometry" />
        </mxCell>
        <mxCell id="m9uD4O2KYDxRF9EGqdqM-47" parent="1" style="text;html=1;whiteSpace=wrap;strokeColor=none;fillColor=none;align=center;verticalAlign=middle;rounded=0;" value="1" vertex="1">
          <mxGeometry height="25" width="40" x="90" y="45" as="geometry" />
        </mxCell>
        <mxCell id="m9uD4O2KYDxRF9EGqdqM-48" edge="1" parent="1" source="m9uD4O2KYDxRF9EGqdqM-27" style="edgeStyle=orthogonalEdgeStyle;rounded=0;orthogonalLoop=1;jettySize=auto;html=1;entryX=-0.006;entryY=0.067;entryDx=0;entryDy=0;entryPerimeter=0;" target="gFA1h7tb4iiF4ZPPJv5n-1">
          <mxGeometry relative="1" as="geometry" />
        </mxCell>
        <mxCell id="m9uD4O2KYDxRF9EGqdqM-49" edge="1" parent="1" source="m9uD4O2KYDxRF9EGqdqM-27" style="edgeStyle=orthogonalEdgeStyle;rounded=0;orthogonalLoop=1;jettySize=auto;html=1;entryX=0.987;entryY=0.08;entryDx=0;entryDy=0;entryPerimeter=0;" target="m9uD4O2KYDxRF9EGqdqM-29">
          <mxGeometry relative="1" as="geometry" />
        </mxCell>
        <mxCell id="m9uD4O2KYDxRF9EGqdqM-53" edge="1" parent="1" source="m9uD4O2KYDxRF9EGqdqM-51" style="edgeStyle=orthogonalEdgeStyle;rounded=0;orthogonalLoop=1;jettySize=auto;html=1;entryX=0;entryY=0.5;entryDx=0;entryDy=0;" target="gFA1h7tb4iiF4ZPPJv5n-11">
          <mxGeometry relative="1" as="geometry" />
        </mxCell>
        <mxCell id="m9uD4O2KYDxRF9EGqdqM-71" edge="1" parent="1" source="m9uD4O2KYDxRF9EGqdqM-51" style="edgeStyle=orthogonalEdgeStyle;rounded=0;orthogonalLoop=1;jettySize=auto;html=1;entryX=0.5;entryY=0;entryDx=0;entryDy=0;" target="m9uD4O2KYDxRF9EGqdqM-54">
          <mxGeometry relative="1" as="geometry" />
        </mxCell>
        <mxCell id="m9uD4O2KYDxRF9EGqdqM-51" parent="1" style="shape=rhombus;perimeter=rhombusPerimeter;whiteSpace=wrap;html=1;align=center;" value="Possiede" vertex="1">
          <mxGeometry height="60" width="120" x="-40" y="157.5" as="geometry" />
        </mxCell>
        <mxCell id="m9uD4O2KYDxRF9EGqdqM-54" parent="1" style="shape=table;startSize=30;container=1;collapsible=1;childLayout=tableLayout;fixedRows=1;rowLines=0;fontStyle=1;align=center;resizeLast=1;html=1;" value="Metodo di Pagamento" vertex="1">
          <mxGeometry height="270" width="180" x="-180" y="290" as="geometry" />
        </mxCell>
        <mxCell id="m9uD4O2KYDxRF9EGqdqM-55" parent="m9uD4O2KYDxRF9EGqdqM-54" style="shape=tableRow;horizontal=0;startSize=0;swimlaneHead=0;swimlaneBody=0;fillColor=none;collapsible=0;dropTarget=0;points=[[0,0.5],[1,0.5]];portConstraint=eastwest;top=0;left=0;right=0;bottom=1;" value="" vertex="1">
          <mxGeometry height="30" width="180" y="30" as="geometry" />
        </mxCell>
        <mxCell id="m9uD4O2KYDxRF9EGqdqM-56" parent="m9uD4O2KYDxRF9EGqdqM-55" style="shape=partialRectangle;connectable=0;fillColor=none;top=0;left=0;bottom=0;right=0;fontStyle=1;overflow=hidden;whiteSpace=wrap;html=1;" value="PK" vertex="1">
          <mxGeometry height="30" width="30" as="geometry">
            <mxRectangle height="30" width="30" as="alternateBounds" />
          </mxGeometry>
        </mxCell>
        <mxCell id="m9uD4O2KYDxRF9EGqdqM-57" parent="m9uD4O2KYDxRF9EGqdqM-55" style="shape=partialRectangle;connectable=0;fillColor=none;top=0;left=0;bottom=0;right=0;align=left;spacingLeft=6;fontStyle=5;overflow=hidden;whiteSpace=wrap;html=1;" value="Id" vertex="1">
          <mxGeometry height="30" width="150" x="30" as="geometry">
            <mxRectangle height="30" width="150" as="alternateBounds" />
          </mxGeometry>
        </mxCell>
        <mxCell id="m9uD4O2KYDxRF9EGqdqM-58" parent="m9uD4O2KYDxRF9EGqdqM-54" style="shape=tableRow;horizontal=0;startSize=0;swimlaneHead=0;swimlaneBody=0;fillColor=none;collapsible=0;dropTarget=0;points=[[0,0.5],[1,0.5]];portConstraint=eastwest;top=0;left=0;right=0;bottom=0;" value="" vertex="1">
          <mxGeometry height="30" width="180" y="60" as="geometry" />
        </mxCell>
        <mxCell id="m9uD4O2KYDxRF9EGqdqM-59" parent="m9uD4O2KYDxRF9EGqdqM-58" style="shape=partialRectangle;connectable=0;fillColor=none;top=0;left=0;bottom=0;right=0;editable=1;overflow=hidden;whiteSpace=wrap;html=1;" value="PK" vertex="1">
          <mxGeometry height="30" width="30" as="geometry">
            <mxRectangle height="30" width="30" as="alternateBounds" />
          </mxGeometry>
        </mxCell>
        <mxCell id="m9uD4O2KYDxRF9EGqdqM-60" parent="m9uD4O2KYDxRF9EGqdqM-58" style="shape=partialRectangle;connectable=0;fillColor=none;top=0;left=0;bottom=0;right=0;align=left;spacingLeft=6;overflow=hidden;whiteSpace=wrap;html=1;" value="Id_utente" vertex="1">
          <mxGeometry height="30" width="150" x="30" as="geometry">
            <mxRectangle height="30" width="150" as="alternateBounds" />
          </mxGeometry>
        </mxCell>
        <mxCell id="m9uD4O2KYDxRF9EGqdqM-61" parent="m9uD4O2KYDxRF9EGqdqM-54" style="shape=tableRow;horizontal=0;startSize=0;swimlaneHead=0;swimlaneBody=0;fillColor=none;collapsible=0;dropTarget=0;points=[[0,0.5],[1,0.5]];portConstraint=eastwest;top=0;left=0;right=0;bottom=0;" value="" vertex="1">
          <mxGeometry height="30" width="180" y="90" as="geometry" />
        </mxCell>
        <mxCell id="m9uD4O2KYDxRF9EGqdqM-62" parent="m9uD4O2KYDxRF9EGqdqM-61" style="shape=partialRectangle;connectable=0;fillColor=none;top=0;left=0;bottom=0;right=0;editable=1;overflow=hidden;whiteSpace=wrap;html=1;" value="" vertex="1">
          <mxGeometry height="30" width="30" as="geometry">
            <mxRectangle height="30" width="30" as="alternateBounds" />
          </mxGeometry>
        </mxCell>
        <mxCell id="m9uD4O2KYDxRF9EGqdqM-63" parent="m9uD4O2KYDxRF9EGqdqM-61" style="shape=partialRectangle;connectable=0;fillColor=none;top=0;left=0;bottom=0;right=0;align=left;spacingLeft=6;overflow=hidden;whiteSpace=wrap;html=1;" value="tipologia" vertex="1">
          <mxGeometry height="30" width="150" x="30" as="geometry">
            <mxRectangle height="30" width="150" as="alternateBounds" />
          </mxGeometry>
        </mxCell>
        <mxCell id="m9uD4O2KYDxRF9EGqdqM-64" parent="m9uD4O2KYDxRF9EGqdqM-54" style="shape=tableRow;horizontal=0;startSize=0;swimlaneHead=0;swimlaneBody=0;fillColor=none;collapsible=0;dropTarget=0;points=[[0,0.5],[1,0.5]];portConstraint=eastwest;top=0;left=0;right=0;bottom=0;" value="" vertex="1">
          <mxGeometry height="30" width="180" y="120" as="geometry" />
        </mxCell>
        <mxCell id="m9uD4O2KYDxRF9EGqdqM-65" parent="m9uD4O2KYDxRF9EGqdqM-64" style="shape=partialRectangle;connectable=0;fillColor=none;top=0;left=0;bottom=0;right=0;editable=1;overflow=hidden;whiteSpace=wrap;html=1;" value="" vertex="1">
          <mxGeometry height="30" width="30" as="geometry">
            <mxRectangle height="30" width="30" as="alternateBounds" />
          </mxGeometry>
        </mxCell>
        <mxCell id="m9uD4O2KYDxRF9EGqdqM-66" parent="m9uD4O2KYDxRF9EGqdqM-64" style="shape=partialRectangle;connectable=0;fillColor=none;top=0;left=0;bottom=0;right=0;align=left;spacingLeft=6;overflow=hidden;whiteSpace=wrap;html=1;" value="numero" vertex="1">
          <mxGeometry height="30" width="150" x="30" as="geometry">
            <mxRectangle height="30" width="150" as="alternateBounds" />
          </mxGeometry>
        </mxCell>
        <mxCell id="m9uD4O2KYDxRF9EGqdqM-67" parent="1" style="shape=partialRectangle;connectable=0;fillColor=none;top=0;left=0;bottom=0;right=0;align=left;spacingLeft=6;overflow=hidden;whiteSpace=wrap;html=1;" value="data scadenza" vertex="1">
          <mxGeometry height="30" width="150" x="-150" y="440" as="geometry">
            <mxRectangle height="30" width="150" as="alternateBounds" />
          </mxGeometry>
        </mxCell>
        <mxCell id="m9uD4O2KYDxRF9EGqdqM-68" parent="1" style="shape=partialRectangle;connectable=0;fillColor=none;top=0;left=0;bottom=0;right=0;align=left;spacingLeft=6;overflow=hidden;whiteSpace=wrap;html=1;" value="nome" vertex="1">
          <mxGeometry height="30" width="150" x="-150" y="470" as="geometry">
            <mxRectangle height="30" width="150" as="alternateBounds" />
          </mxGeometry>
        </mxCell>
        <mxCell id="m9uD4O2KYDxRF9EGqdqM-69" parent="1" style="shape=partialRectangle;connectable=0;fillColor=none;top=0;left=0;bottom=0;right=0;align=left;spacingLeft=6;overflow=hidden;whiteSpace=wrap;html=1;" value="cognome" vertex="1">
          <mxGeometry height="30" width="150" x="-150" y="500" as="geometry">
            <mxRectangle height="30" width="150" as="alternateBounds" />
          </mxGeometry>
        </mxCell>
        <mxCell id="m9uD4O2KYDxRF9EGqdqM-70" parent="1" style="shape=partialRectangle;connectable=0;fillColor=none;top=0;left=0;bottom=0;right=0;align=left;spacingLeft=6;overflow=hidden;whiteSpace=wrap;html=1;" value="cvc" vertex="1">
          <mxGeometry height="30" width="150" x="-150" y="530" as="geometry">
            <mxRectangle height="30" width="150" as="alternateBounds" />
          </mxGeometry>
        </mxCell>
        <mxCell id="m9uD4O2KYDxRF9EGqdqM-72" parent="1" style="text;html=1;whiteSpace=wrap;strokeColor=none;fillColor=none;align=center;verticalAlign=middle;rounded=0;" value="1" vertex="1">
          <mxGeometry height="25" width="40" x="90" y="157.5" as="geometry" />
        </mxCell>
        <mxCell id="m9uD4O2KYDxRF9EGqdqM-73" parent="1" style="text;html=1;whiteSpace=wrap;strokeColor=none;fillColor=none;align=center;verticalAlign=middle;rounded=0;" value="N" vertex="1">
          <mxGeometry height="20" width="30" x="-40" y="225" as="geometry" />
        </mxCell>
        <mxCell id="m9uD4O2KYDxRF9EGqdqM-90" edge="1" parent="1" source="m9uD4O2KYDxRF9EGqdqM-75" style="edgeStyle=orthogonalEdgeStyle;rounded=0;orthogonalLoop=1;jettySize=auto;html=1;entryX=0.5;entryY=0;entryDx=0;entryDy=0;" target="m9uD4O2KYDxRF9EGqdqM-77">
          <mxGeometry relative="1" as="geometry" />
        </mxCell>
        <mxCell id="m9uD4O2KYDxRF9EGqdqM-104" edge="1" parent="1" source="m9uD4O2KYDxRF9EGqdqM-75" style="edgeStyle=orthogonalEdgeStyle;rounded=0;orthogonalLoop=1;jettySize=auto;html=1;">
          <mxGeometry relative="1" as="geometry">
            <mxPoint x="380" y="310" as="targetPoint" />
          </mxGeometry>
        </mxCell>
        <mxCell id="m9uD4O2KYDxRF9EGqdqM-75" parent="1" style="shape=rhombus;perimeter=rhombusPerimeter;whiteSpace=wrap;html=1;align=center;" value="Gestisce" vertex="1">
          <mxGeometry height="60" width="120" x="320" y="375" as="geometry" />
        </mxCell>
        <mxCell id="m9uD4O2KYDxRF9EGqdqM-77" parent="1" style="shape=table;startSize=30;container=1;collapsible=1;childLayout=tableLayout;fixedRows=1;rowLines=0;fontStyle=1;align=center;resizeLast=1;html=1;" value="Carrello" vertex="1">
          <mxGeometry height="150" width="180" x="120" y="490" as="geometry" />
        </mxCell>
        <mxCell id="m9uD4O2KYDxRF9EGqdqM-78" parent="m9uD4O2KYDxRF9EGqdqM-77" style="shape=tableRow;horizontal=0;startSize=0;swimlaneHead=0;swimlaneBody=0;fillColor=none;collapsible=0;dropTarget=0;points=[[0,0.5],[1,0.5]];portConstraint=eastwest;top=0;left=0;right=0;bottom=1;" value="" vertex="1">
          <mxGeometry height="30" width="180" y="30" as="geometry" />
        </mxCell>
        <mxCell id="m9uD4O2KYDxRF9EGqdqM-79" parent="m9uD4O2KYDxRF9EGqdqM-78" style="shape=partialRectangle;connectable=0;fillColor=none;top=0;left=0;bottom=0;right=0;fontStyle=1;overflow=hidden;whiteSpace=wrap;html=1;" value="PK" vertex="1">
          <mxGeometry height="30" width="30" as="geometry">
            <mxRectangle height="30" width="30" as="alternateBounds" />
          </mxGeometry>
        </mxCell>
        <mxCell id="m9uD4O2KYDxRF9EGqdqM-80" parent="m9uD4O2KYDxRF9EGqdqM-78" style="shape=partialRectangle;connectable=0;fillColor=none;top=0;left=0;bottom=0;right=0;align=left;spacingLeft=6;fontStyle=5;overflow=hidden;whiteSpace=wrap;html=1;" value="Id" vertex="1">
          <mxGeometry height="30" width="150" x="30" as="geometry">
            <mxRectangle height="30" width="150" as="alternateBounds" />
          </mxGeometry>
        </mxCell>
        <mxCell id="m9uD4O2KYDxRF9EGqdqM-81" parent="m9uD4O2KYDxRF9EGqdqM-77" style="shape=tableRow;horizontal=0;startSize=0;swimlaneHead=0;swimlaneBody=0;fillColor=none;collapsible=0;dropTarget=0;points=[[0,0.5],[1,0.5]];portConstraint=eastwest;top=0;left=0;right=0;bottom=0;" value="" vertex="1">
          <mxGeometry height="30" width="180" y="60" as="geometry" />
        </mxCell>
        <mxCell id="m9uD4O2KYDxRF9EGqdqM-82" parent="m9uD4O2KYDxRF9EGqdqM-81" style="shape=partialRectangle;connectable=0;fillColor=none;top=0;left=0;bottom=0;right=0;editable=1;overflow=hidden;whiteSpace=wrap;html=1;" value="" vertex="1">
          <mxGeometry height="30" width="30" as="geometry">
            <mxRectangle height="30" width="30" as="alternateBounds" />
          </mxGeometry>
        </mxCell>
        <mxCell id="m9uD4O2KYDxRF9EGqdqM-83" parent="m9uD4O2KYDxRF9EGqdqM-81" style="shape=partialRectangle;connectable=0;fillColor=none;top=0;left=0;bottom=0;right=0;align=left;spacingLeft=6;overflow=hidden;whiteSpace=wrap;html=1;" value="utente_id" vertex="1">
          <mxGeometry height="30" width="150" x="30" as="geometry">
            <mxRectangle height="30" width="150" as="alternateBounds" />
          </mxGeometry>
        </mxCell>
        <mxCell id="m9uD4O2KYDxRF9EGqdqM-84" parent="m9uD4O2KYDxRF9EGqdqM-77" style="shape=tableRow;horizontal=0;startSize=0;swimlaneHead=0;swimlaneBody=0;fillColor=none;collapsible=0;dropTarget=0;points=[[0,0.5],[1,0.5]];portConstraint=eastwest;top=0;left=0;right=0;bottom=0;" value="" vertex="1">
          <mxGeometry height="30" width="180" y="90" as="geometry" />
        </mxCell>
        <mxCell id="m9uD4O2KYDxRF9EGqdqM-85" parent="m9uD4O2KYDxRF9EGqdqM-84" style="shape=partialRectangle;connectable=0;fillColor=none;top=0;left=0;bottom=0;right=0;editable=1;overflow=hidden;whiteSpace=wrap;html=1;" value="" vertex="1">
          <mxGeometry height="30" width="30" as="geometry">
            <mxRectangle height="30" width="30" as="alternateBounds" />
          </mxGeometry>
        </mxCell>
        <mxCell id="m9uD4O2KYDxRF9EGqdqM-86" parent="m9uD4O2KYDxRF9EGqdqM-84" style="shape=partialRectangle;connectable=0;fillColor=none;top=0;left=0;bottom=0;right=0;align=left;spacingLeft=6;overflow=hidden;whiteSpace=wrap;html=1;" value="sessione_id" vertex="1">
          <mxGeometry height="30" width="150" x="30" as="geometry">
            <mxRectangle height="30" width="150" as="alternateBounds" />
          </mxGeometry>
        </mxCell>
        <mxCell id="m9uD4O2KYDxRF9EGqdqM-87" parent="m9uD4O2KYDxRF9EGqdqM-77" style="shape=tableRow;horizontal=0;startSize=0;swimlaneHead=0;swimlaneBody=0;fillColor=none;collapsible=0;dropTarget=0;points=[[0,0.5],[1,0.5]];portConstraint=eastwest;top=0;left=0;right=0;bottom=0;" value="" vertex="1">
          <mxGeometry height="30" width="180" y="120" as="geometry" />
        </mxCell>
        <mxCell id="m9uD4O2KYDxRF9EGqdqM-88" parent="m9uD4O2KYDxRF9EGqdqM-87" style="shape=partialRectangle;connectable=0;fillColor=none;top=0;left=0;bottom=0;right=0;editable=1;overflow=hidden;whiteSpace=wrap;html=1;" value="" vertex="1">
          <mxGeometry height="30" width="30" as="geometry">
            <mxRectangle height="30" width="30" as="alternateBounds" />
          </mxGeometry>
        </mxCell>
        <mxCell id="m9uD4O2KYDxRF9EGqdqM-89" parent="m9uD4O2KYDxRF9EGqdqM-87" style="shape=partialRectangle;connectable=0;fillColor=none;top=0;left=0;bottom=0;right=0;align=left;spacingLeft=6;overflow=hidden;whiteSpace=wrap;html=1;" value="" vertex="1">
          <mxGeometry height="30" width="150" x="30" as="geometry">
            <mxRectangle height="30" width="150" as="alternateBounds" />
          </mxGeometry>
        </mxCell>
        <mxCell id="m9uD4O2KYDxRF9EGqdqM-91" parent="1" style="text;html=1;whiteSpace=wrap;strokeColor=none;fillColor=none;align=center;verticalAlign=middle;rounded=0;" value="1" vertex="1">
          <mxGeometry height="17.5" width="30" x="280" y="412.5" as="geometry" />
        </mxCell>
        <mxCell id="m9uD4O2KYDxRF9EGqdqM-92" parent="1" style="text;html=1;whiteSpace=wrap;strokeColor=none;fillColor=none;align=center;verticalAlign=middle;rounded=0;" value="1" vertex="1">
          <mxGeometry height="25" width="36" x="394" y="350" as="geometry" />
        </mxCell>
        <mxCell id="m9uD4O2KYDxRF9EGqdqM-94" parent="1" style="shape=rhombus;perimeter=rhombusPerimeter;whiteSpace=wrap;html=1;align=center;" value="Riferisce" vertex="1">
          <mxGeometry height="60" width="120" x="394" y="610" as="geometry" />
        </mxCell>
        <mxCell id="m9uD4O2KYDxRF9EGqdqM-95" edge="1" parent="1" source="m9uD4O2KYDxRF9EGqdqM-94" style="edgeStyle=orthogonalEdgeStyle;rounded=0;orthogonalLoop=1;jettySize=auto;html=1;entryX=1.018;entryY=0.075;entryDx=0;entryDy=0;entryPerimeter=0;" target="m9uD4O2KYDxRF9EGqdqM-77">
          <mxGeometry relative="1" as="geometry" />
        </mxCell>
        <mxCell id="m9uD4O2KYDxRF9EGqdqM-96" edge="1" parent="1" source="m9uD4O2KYDxRF9EGqdqM-94" style="edgeStyle=orthogonalEdgeStyle;rounded=0;orthogonalLoop=1;jettySize=auto;html=1;entryX=0.011;entryY=0.054;entryDx=0;entryDy=0;entryPerimeter=0;" target="gFA1h7tb4iiF4ZPPJv5n-19">
          <mxGeometry relative="1" as="geometry" />
        </mxCell>
        <mxCell id="m9uD4O2KYDxRF9EGqdqM-97" parent="1" style="text;html=1;whiteSpace=wrap;strokeColor=none;fillColor=none;align=center;verticalAlign=middle;rounded=0;" value="N" vertex="1">
          <mxGeometry height="25" width="40" x="360" y="600" as="geometry" />
        </mxCell>
        <mxCell id="m9uD4O2KYDxRF9EGqdqM-98" parent="1" style="text;html=1;whiteSpace=wrap;strokeColor=none;fillColor=none;align=center;verticalAlign=middle;rounded=0;" value="N" vertex="1">
          <mxGeometry height="25" width="40" x="514" y="600" as="geometry" />
        </mxCell>
        <mxCell id="m9uD4O2KYDxRF9EGqdqM-99" parent="1" style="ellipse;whiteSpace=wrap;html=1;align=center;" value="qntità" vertex="1">
          <mxGeometry height="30" width="70" x="394" y="555" as="geometry" />
        </mxCell>
        <mxCell id="m9uD4O2KYDxRF9EGqdqM-100" edge="1" parent="1" source="m9uD4O2KYDxRF9EGqdqM-99" style="edgeStyle=orthogonalEdgeStyle;rounded=0;orthogonalLoop=1;jettySize=auto;html=1;entryX=0.299;entryY=0.23;entryDx=0;entryDy=0;entryPerimeter=0;" target="m9uD4O2KYDxRF9EGqdqM-94">
          <mxGeometry relative="1" as="geometry" />
        </mxCell>
        <mxCell id="m9uD4O2KYDxRF9EGqdqM-102" edge="1" parent="1" source="m9uD4O2KYDxRF9EGqdqM-101" style="edgeStyle=orthogonalEdgeStyle;rounded=0;orthogonalLoop=1;jettySize=auto;html=1;entryX=0.5;entryY=0;entryDx=0;entryDy=0;" target="m9uD4O2KYDxRF9EGqdqM-94">
          <mxGeometry relative="1" as="geometry" />
        </mxCell>
        <mxCell id="m9uD4O2KYDxRF9EGqdqM-101" parent="1" style="ellipse;whiteSpace=wrap;html=1;align=center;" value="data aggiunta" vertex="1">
          <mxGeometry height="40" width="90" x="470" y="530" as="geometry" />
        </mxCell>
        <mxCell id="m9uD4O2KYDxRF9EGqdqM-103" parent="1" style="shape=partialRectangle;connectable=0;fillColor=none;top=0;left=0;bottom=0;right=0;align=left;spacingLeft=6;overflow=hidden;whiteSpace=wrap;html=1;" value="telefono" vertex="1">
          <mxGeometry height="30" width="150" x="320" y="280" as="geometry">
+             <mxRectangle height="30" width="150" as="alternateBounds" />
+           </mxGeometry>
+         </mxCell>
+         <mxCell id="m9uD4O2KYDxRF9EGqdqM-105" parent="1" style="shape=partialRectangle;connectable=0;fillColor=none;top=0;left=0;bottom=0;right=0;align=left;spacingLeft=6;overflow=hidden;whiteSpace=wrap;html=1;" value="immagine" vertex="1">
+           <mxGeometry height="30" width="150" x="639" y="890" as="geometry">
            <mxRectangle height="30" width="150" as="alternateBounds" />
          </mxGeometry>
        </mxCell>
      </root>
    </mxGraphModel>
  </diagram>
</mxfile>
